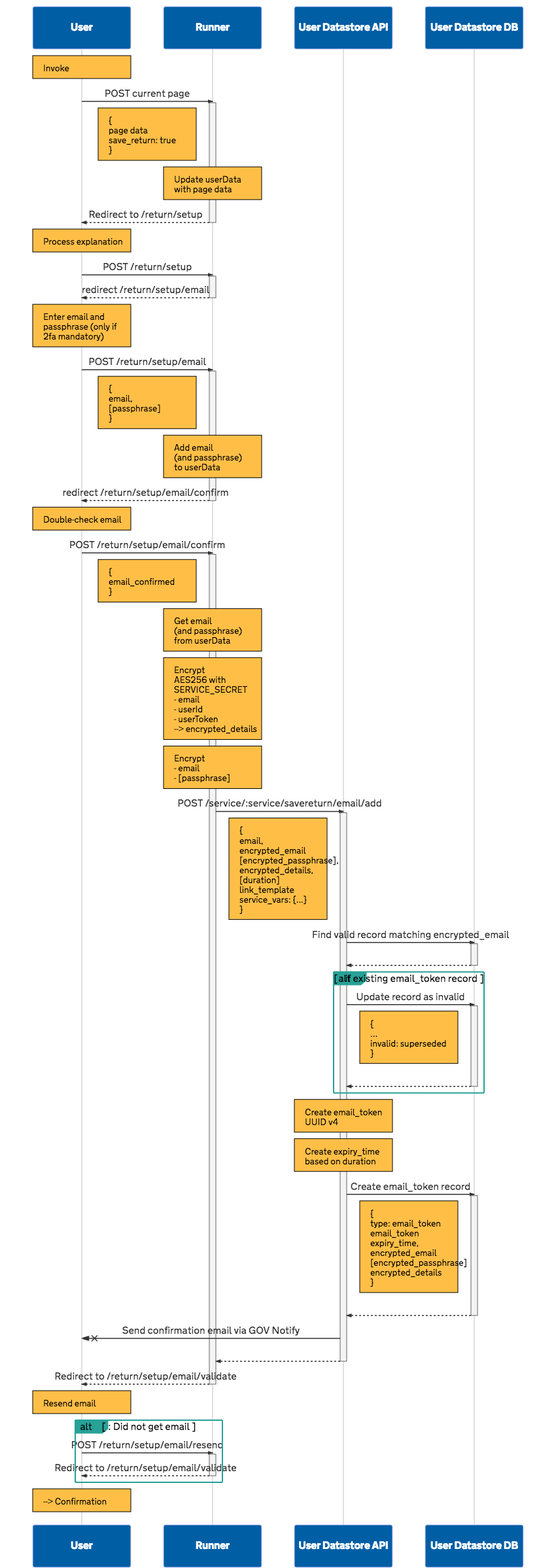
ministryofjustice/form-builder keeps this Mermaid diagram as documentation/running/save-and-return/images/return--setup--email-add.png. Above is the earlier version. Its source is kept beside it as documentation/running/save-and-return/files/return--setup--email-add.mmd.
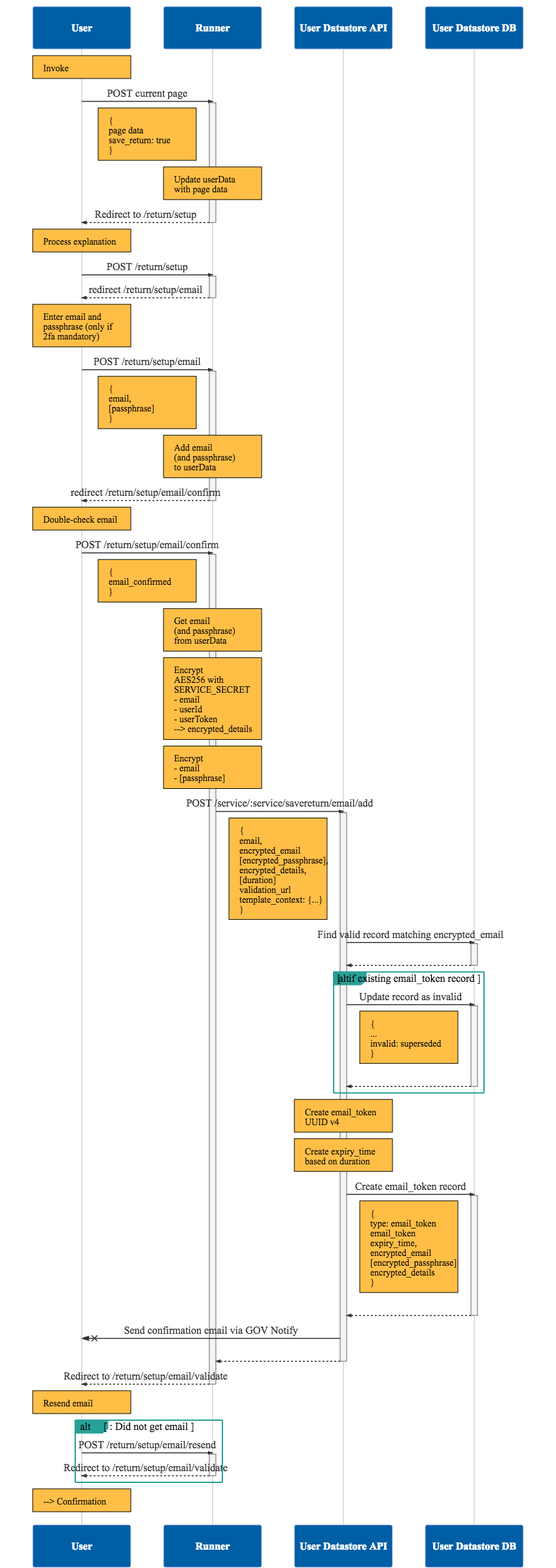
After the commit.

Commit message:
Update link_template to validation_url

What changed in the source:
```diff
@@ -47,7 +47,7 @@
 
 R->>+DS: POST /service/:service/savereturn/email/add
 
-Note right of R: {<br>email,<br>encrypted_email<br>[encrypted_passphrase],<br>encrypted_details,<br>[duration]<br>link_template<br>service_vars: {...}<br>}
+Note right of R: {<br>email,<br>encrypted_email<br>[encrypted_passphrase],<br>encrypted_details,<br>[duration]<br>validation_url<br>template_context: {...}<br>}
 
 DS->>+DB: Find valid record matching encrypted_email
 
```
